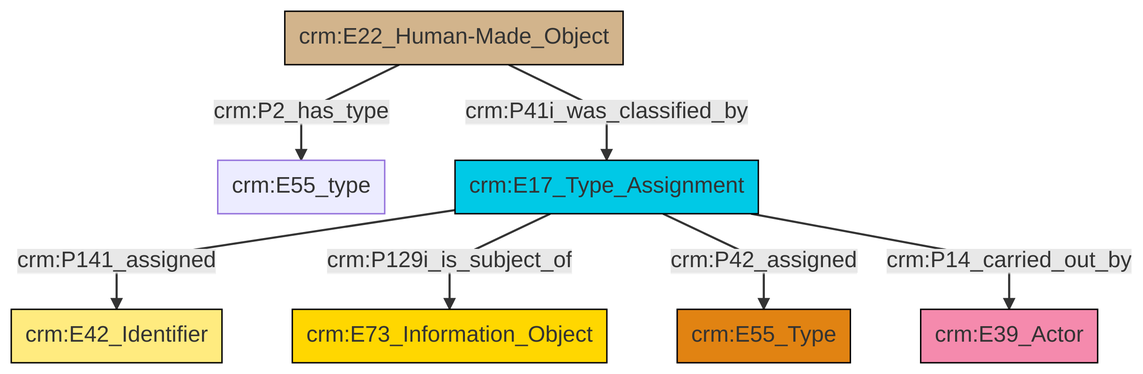
Earlier version of the Mermaid export et/builtWorkCSV/ttl/mmd/png/Built_Work_designation_status.png (swiss-art-research-net/reference-data-models). Its source is kept beside it as et/builtWorkCSV/ttl/mmd/Built_Work_designation_status.ttl.mmd.
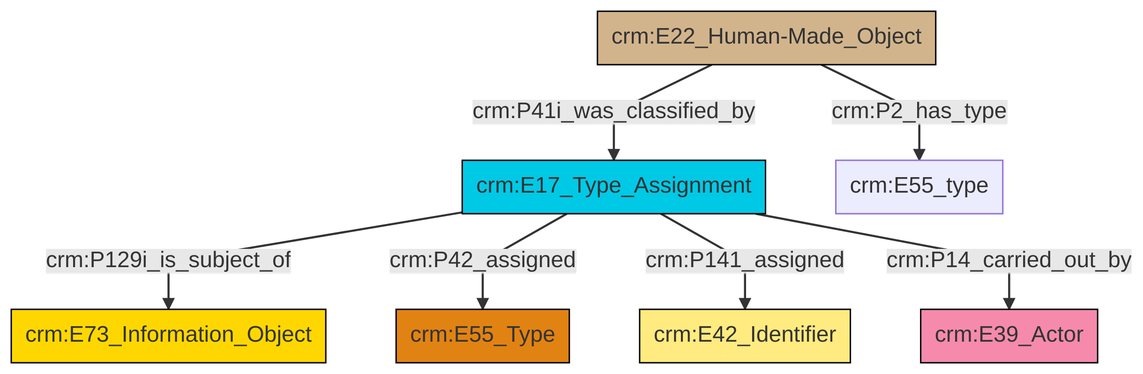
After the change.

What changed in the source:
```diff
@@ -13,9 +13,9 @@
 classDef PC_Classes fill:#4ce600, stroke:#000000;
 classDef Multi fill:#cccccc,stroke:#000000;
 
-4["crm:E17_Type_Assignment"]:::Temporal_Entity -->|crm:P141_assigned| 5["crm:E42_Identifier"]:::Appellation
-4["crm:E17_Type_Assignment"]:::Temporal_Entity -->|crm:P129i_is_subject_of| 0["crm:E73_Information_Object"]:::Conceptual_Object
-4["crm:E17_Type_Assignment"]:::Temporal_Entity -->|crm:P42_assigned| 6["crm:E55_Type"]:::Type
-8["crm:E22_Human-Made_Object"]:::Physical_Thing -->|crm:P2_has_type| 2["crm:E55_type"]:::Default
-4["crm:E17_Type_Assignment"]:::Temporal_Entity -->|crm:P14_carried_out_by| 10["crm:E39_Actor"]:::Actor
-8["crm:E22_Human-Made_Object"]:::Physical_Thing -->|crm:P41i_was_classified_by| 4["crm:E17_Type_Assignment"]:::Temporal_Entity
+0["crm:E17_Type_Assignment"]:::Temporal_Entity -->|crm:P129i_is_subject_of| 2["crm:E73_Information_Object"]:::Conceptual_Object
+0["crm:E17_Type_Assignment"]:::Temporal_Entity -->|crm:P42_assigned| 5["crm:E55_Type"]:::Type
+7["crm:E22_Human-Made_Object"]:::Physical_Thing -->|crm:P2_has_type| 3["crm:E55_type"]:::Default
+0["crm:E17_Type_Assignment"]:::Temporal_Entity -->|crm:P141_assigned| 9["crm:E42_Identifier"]:::Appellation
+0["crm:E17_Type_Assignment"]:::Temporal_Entity -->|crm:P14_carried_out_by| 10["crm:E39_Actor"]:::Actor
+7["crm:E22_Human-Made_Object"]:::Physical_Thing -->|crm:P41i_was_classified_by| 0["crm:E17_Type_Assignment"]:::Temporal_Entity
```
